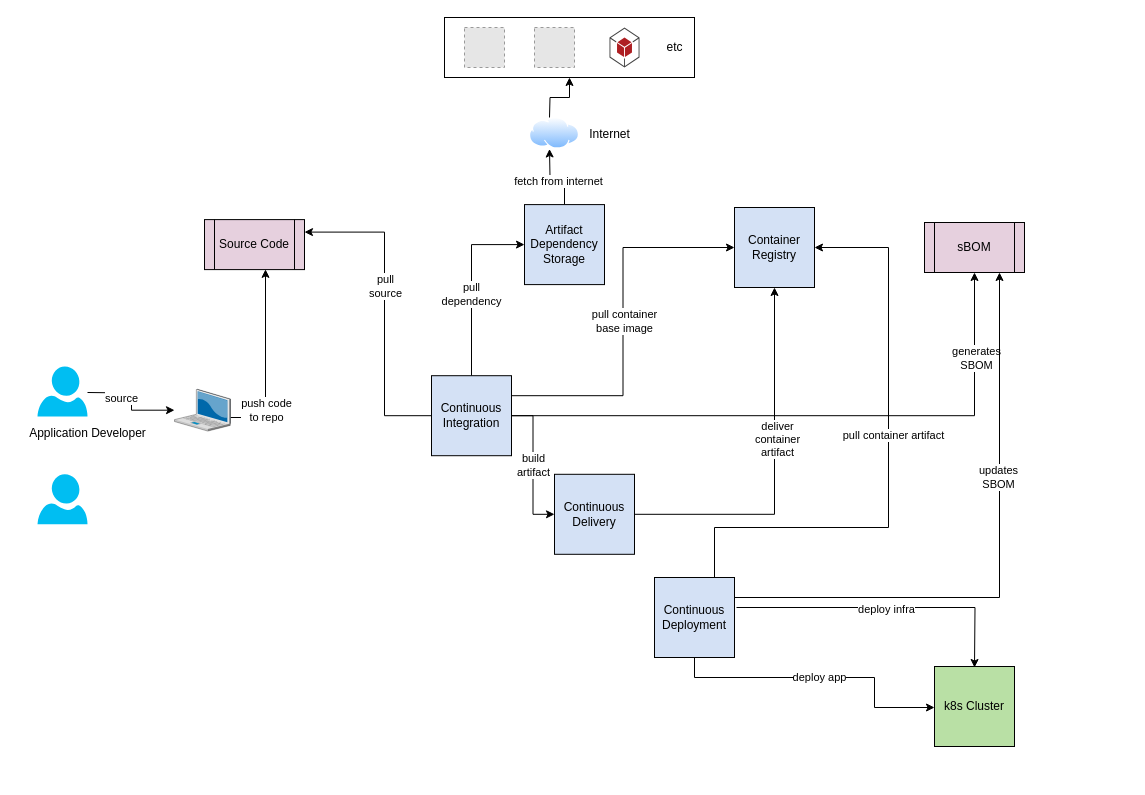
The draw.io diagram page "DFD Software Supply Chain" (1 of 3) of SoftwareSupplyChainSecurity/docs/img/Supply Chain.drawio in SoftwareSupplyChainSecurity/blueprints, before the edit. Source tidied: cells renumbered, new cells numbered last; positions are measured from the earlier drawing's top-left corner, leaving out a move shared by most shapes. Both pictures are drawn from the tidied source at 100%, with x=0, y=0 at pixel (17, 17). Pictures stored in the file or linked from it are replaced by grey dashed boxes.
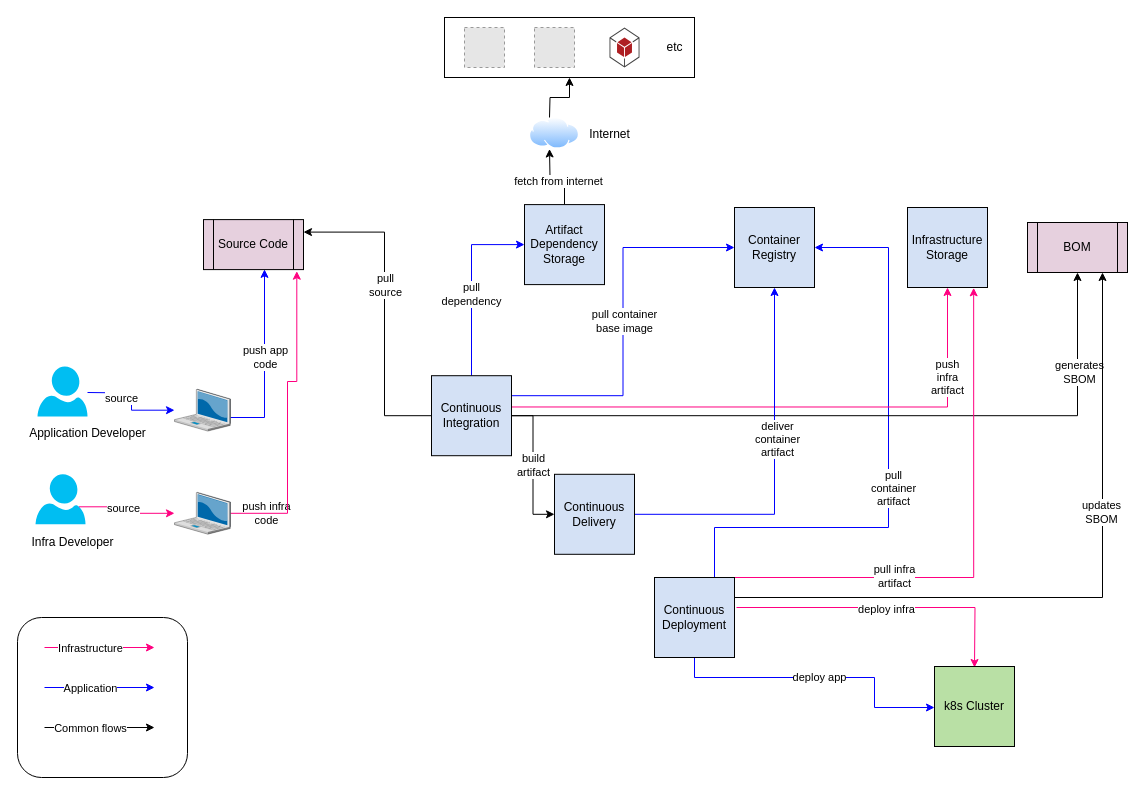
Above is the later version.

The change refers to these unchanged cells:
```xml
<mxCell id="18" style="verticalLabelPosition=bottom;sketch=0;html=1;verticalAlign=top;strokeColor=none;align=center;outlineConnect=0;shape=mxgraph.citrix.laptop_2;fillColor=none;" parent="1" vertex="1">
  <mxGeometry x="157" y="371.8" width="56" height="41.8" as="geometry" />
</mxCell>
<mxCell id="32" value="Continuous&lt;br&gt;Integration" style="whiteSpace=wrap;html=1;fillColor=#D4E1F5;" parent="1" vertex="1">
  <mxGeometry x="414" y="358.2" width="80" height="80" as="geometry" />
</mxCell>
<mxCell id="35" value="Continuous&lt;br&gt;Delivery" style="whiteSpace=wrap;html=1;fillColor=#D4E1F5;" parent="1" vertex="1">
  <mxGeometry x="537" y="456.8" width="80" height="80" as="geometry" />
</mxCell>
<mxCell id="36" value="Container Registry" style="whiteSpace=wrap;html=1;fillColor=#D4E1F5;" parent="1" vertex="1">
  <mxGeometry x="717" y="190" width="80" height="80" as="geometry" />
</mxCell>
<mxCell id="39" value="Continuous&lt;br&gt;Deployment" style="whiteSpace=wrap;html=1;fillColor=#D4E1F5;" parent="1" vertex="1">
  <mxGeometry x="637" y="560" width="80" height="80" as="geometry" />
</mxCell>
<mxCell id="40" value="Artifact&lt;br&gt;Dependency&lt;br&gt;Storage" style="whiteSpace=wrap;html=1;fillColor=#D4E1F5;" parent="1" vertex="1">
  <mxGeometry x="507" y="187.1" width="80" height="80" as="geometry" />
</mxCell>
<mxCell id="49" style="verticalLabelPosition=bottom;html=1;verticalAlign=top;align=center;strokeColor=none;fillColor=#00BEF2;shape=mxgraph.azure.user;" parent="48" vertex="1">
  <mxGeometry width="50" height="50" as="geometry" />
</mxCell>
```

The edit, as a diff of the source:
```diff
@@
+    <mxCell id="50" style="rounded=1;whiteSpace=wrap;html=1;fillColor=none;" parent="1" vertex="1">
+      <mxGeometry y="600" width="170" height="160" as="geometry" />
+    </mxCell>
@@
-    <mxCell id="5" style="edgeStyle=orthogonalEdgeStyle;rounded=0;jettySize=auto;html=1;exitX=1;exitY=0.25;exitDx=0;exitDy=0;entryX=0;entryY=0.5;entryDx=0;entryDy=0;startArrow=none;startFill=0;endArrow=classic;endFill=1;" parent="1" edge="1" source="32" target="36">
+    <mxCell id="5" style="edgeStyle=orthogonalEdgeStyle;rounded=0;jettySize=auto;html=1;exitX=1;exitY=0.25;exitDx=0;exitDy=0;entryX=0;entryY=0.5;entryDx=0;entryDy=0;startArrow=none;startFill=0;endArrow=classic;endFill=1;strokeColor=#0000FF;" parent="1" edge="1" source="32" target="36">
       <mxGeometry relative="1" as="geometry" />
     </mxCell>
@@
-    <mxCell id="7" style="edgeStyle=orthogonalEdgeStyle;rounded=0;jettySize=auto;html=1;exitX=1;exitY=0.25;exitDx=0;exitDy=0;entryX=0;entryY=0.5;entryDx=0;entryDy=0;startArrow=classic;startFill=1;endArrow=none;endFill=0;" parent="1" edge="1" source="42" target="32">
+    <mxCell id="7" style="edgeStyle=orthogonalEdgeStyle;rounded=0;jettySize=auto;html=1;exitX=1;exitY=0.25;exitDx=0;exitDy=0;entryX=0;entryY=0.5;entryDx=0;entryDy=0;startArrow=classic;startFill=1;endArrow=none;endFill=0;strokeColor=#000000;" parent="1" edge="1" source="42" target="32">
       <mxGeometry relative="1" as="geometry">
         <Array as="points">
           <mxPoint x="367" y="215" />
           <mxPoint x="367" y="398" />
         </Array>
       </mxGeometry>
     </mxCell>
@@
-    <mxCell id="9" style="edgeStyle=orthogonalEdgeStyle;rounded=0;jettySize=auto;html=1;exitX=0.75;exitY=0;exitDx=0;exitDy=0;startArrow=none;startFill=0;endArrow=classic;endFill=1;entryX=1;entryY=0.5;entryDx=0;entryDy=0;" parent="1" edge="1" source="39" target="36">
+    <mxCell id="9" style="edgeStyle=orthogonalEdgeStyle;rounded=0;jettySize=auto;html=1;exitX=0.75;exitY=0;exitDx=0;exitDy=0;startArrow=none;startFill=0;endArrow=classic;endFill=1;entryX=1;entryY=0.5;entryDx=0;entryDy=0;strokeColor=#0000FF;" parent="1" edge="1" source="39" target="36">
       <mxGeometry relative="1" as="geometry">
         <Array as="points">
           <mxPoint x="697" y="510" />
           <mxPoint x="871" y="510" />
           <mxPoint x="871" y="230" />
         </Array>
       </mxGeometry>
     </mxCell>
-    <mxCell id="10" value="pull container artifact" style="edgeLabel;html=1;align=center;verticalAlign=middle;" parent="9" vertex="1">
+    <mxCell id="10" value="pull &lt;br&gt;container&lt;br&gt; artifact" style="edgeLabel;html=1;align=center;verticalAlign=middle;" parent="9" vertex="1">
       <mxGeometry x="0.1" y="-4" relative="1" as="geometry">
-        <mxPoint y="1" as="offset" />
+        <mxPoint y="54" as="offset" />
       </mxGeometry>
     </mxCell>
-    <mxCell id="11" style="edgeStyle=orthogonalEdgeStyle;rounded=0;jettySize=auto;html=1;startArrow=none;startFill=0;endArrow=classic;endFill=1;exitX=1.025;exitY=0.375;exitDx=0;exitDy=0;exitPerimeter=0;entryX=0.5;entryY=0;entryDx=0;entryDy=0;" parent="1" edge="1" source="39">
+    <mxCell id="11" style="edgeStyle=orthogonalEdgeStyle;rounded=0;jettySize=auto;html=1;startArrow=none;startFill=0;endArrow=classic;endFill=1;exitX=1.025;exitY=0.375;exitDx=0;exitDy=0;exitPerimeter=0;entryX=0.5;entryY=0;entryDx=0;entryDy=0;strokeColor=#FF0080;" parent="1" edge="1" source="39">
       <mxGeometry relative="1" as="geometry">
         <mxPoint x="957" y="650" as="targetPoint" />
       </mxGeometry>
     </mxCell>
@@
-    <mxCell id="13" value="deploy app" style="edgeStyle=orthogonalEdgeStyle;rounded=0;jettySize=auto;html=1;exitX=0.5;exitY=1;exitDx=0;exitDy=0;startArrow=none;startFill=0;endArrow=classic;endFill=1;entryX=0;entryY=0.5;entryDx=0;entryDy=0;entryPerimeter=0;" parent="1" edge="1" source="39">
+    <mxCell id="13" value="deploy app" style="edgeStyle=orthogonalEdgeStyle;rounded=0;jettySize=auto;html=1;exitX=0.5;exitY=1;exitDx=0;exitDy=0;startArrow=none;startFill=0;endArrow=classic;endFill=1;entryX=0;entryY=0.5;entryDx=0;entryDy=0;entryPerimeter=0;strokeColor=#0000FF;" parent="1" edge="1" source="39">
       <mxGeometry relative="1" as="geometry">
         <mxPoint x="917" y="690" as="targetPoint" />
         <Array as="points">
           <mxPoint x="677" y="660" />
           <mxPoint x="857" y="660" />
         </Array>
       </mxGeometry>
     </mxCell>
-    <mxCell id="14" style="edgeStyle=orthogonalEdgeStyle;rounded=0;jettySize=auto;html=1;entryX=0.61;entryY=0.995;entryDx=0;entryDy=0;startArrow=none;startFill=0;endArrow=classic;endFill=1;entryPerimeter=0;" parent="1" edge="1" source="18" target="42">
+    <mxCell id="14" style="edgeStyle=orthogonalEdgeStyle;rounded=0;jettySize=auto;html=1;entryX=0.61;entryY=0.995;entryDx=0;entryDy=0;startArrow=none;startFill=0;endArrow=classic;endFill=1;entryPerimeter=0;strokeColor=#0000FF;" parent="1" edge="1" source="18" target="42">
       <mxGeometry relative="1" as="geometry">
         <Array as="points">
           <mxPoint x="185" y="400" />
           <mxPoint x="234" y="400" />
         </Array>
       </mxGeometry>
     </mxCell>
-    <mxCell id="15" value="push code&lt;br&gt; to repo" style="edgeLabel;html=1;align=center;verticalAlign=middle;" parent="14" vertex="1">
-      <mxGeometry x="-0.53" relative="1" as="geometry" />
+    <mxCell id="15" value="push app&lt;br&gt;code" style="edgeLabel;html=1;align=center;verticalAlign=middle;" parent="14" vertex="1">
+      <mxGeometry x="-0.53" relative="1" as="geometry">
+        <mxPoint y="-52" as="offset" />
+      </mxGeometry>
     </mxCell>
@@
-    <mxCell id="19" style="edgeStyle=orthogonalEdgeStyle;rounded=0;jettySize=auto;html=1;" parent="1" edge="1" target="18">
+    <mxCell id="19" style="edgeStyle=orthogonalEdgeStyle;rounded=0;jettySize=auto;html=1;strokeColor=#0000FF;" parent="1" edge="1" target="18">
       <mxGeometry relative="1" as="geometry">
         <mxPoint x="70" y="375" as="sourcePoint" />
       </mxGeometry>
     </mxCell>
@@
-    <mxCell id="27" value="build&lt;br&gt;artifact" style="edgeStyle=orthogonalEdgeStyle;rounded=0;jettySize=auto;html=1;exitX=1;exitY=0.5;exitDx=0;exitDy=0;entryX=0;entryY=0.5;entryDx=0;entryDy=0;startArrow=none;startFill=0;endArrow=classic;endFill=1;" parent="1" edge="1" source="32" target="35">
+    <mxCell id="27" value="build&lt;br&gt;artifact" style="edgeStyle=orthogonalEdgeStyle;rounded=0;jettySize=auto;html=1;exitX=1;exitY=0.5;exitDx=0;exitDy=0;entryX=0;entryY=0.5;entryDx=0;entryDy=0;startArrow=none;startFill=0;endArrow=classic;endFill=1;strokeColor=#000000;" parent="1" edge="1" source="32" target="35">
       <mxGeometry relative="1" as="geometry" />
     </mxCell>
-    <mxCell id="28" style="edgeStyle=orthogonalEdgeStyle;rounded=0;jettySize=auto;html=1;exitX=0.5;exitY=0;exitDx=0;exitDy=0;entryX=0;entryY=0.5;entryDx=0;entryDy=0;startArrow=none;startFill=0;endArrow=classic;endFill=1;" parent="1" edge="1" source="32" target="40">
+    <mxCell id="28" style="edgeStyle=orthogonalEdgeStyle;rounded=0;jettySize=auto;html=1;exitX=0.5;exitY=0;exitDx=0;exitDy=0;entryX=0;entryY=0.5;entryDx=0;entryDy=0;startArrow=none;startFill=0;endArrow=classic;endFill=1;strokeColor=#0000FF;" parent="1" edge="1" source="32" target="40">
       <mxGeometry relative="1" as="geometry" />
     </mxCell>
@@
-    <mxCell id="30" style="edgeStyle=orthogonalEdgeStyle;rounded=0;jettySize=auto;html=1;exitX=1;exitY=0.5;exitDx=0;exitDy=0;entryX=0.5;entryY=1;entryDx=0;entryDy=0;startArrow=none;startFill=0;endArrow=classic;endFill=1;" parent="1" edge="1" source="32" target="44">
+    <mxCell id="30" style="edgeStyle=orthogonalEdgeStyle;rounded=0;jettySize=auto;html=1;exitX=1;exitY=0.5;exitDx=0;exitDy=0;entryX=0.5;entryY=1;entryDx=0;entryDy=0;startArrow=none;startFill=0;endArrow=classic;endFill=1;strokeColor=#000000;" parent="1" edge="1" source="32" target="44">
       <mxGeometry relative="1" as="geometry" />
     </mxCell>
@@
+    <mxCell id="51" style="edgeStyle=orthogonalEdgeStyle;rounded=0;jettySize=auto;html=1;exitX=0.95;exitY=0.391;exitDx=0;exitDy=0;entryX=0.5;entryY=1;entryDx=0;entryDy=0;startArrow=none;startFill=0;endArrow=classic;endFill=1;strokeColor=#FF0080;exitPerimeter=0;" parent="1" edge="1" source="32" target="62">
+      <mxGeometry relative="1" as="geometry" />
+    </mxCell>
+    <mxCell id="52" value="push&lt;br&gt;infra&lt;br&gt;artifact" style="edgeLabel;html=1;align=center;verticalAlign=middle;" parent="51" vertex="1">
+      <mxGeometry x="0.68" y="1" relative="1" as="geometry" />
+    </mxCell>
@@
-    <mxCell id="33" style="edgeStyle=orthogonalEdgeStyle;rounded=0;jettySize=auto;html=1;exitX=1;exitY=0.5;exitDx=0;exitDy=0;startArrow=none;startFill=0;endArrow=classic;endFill=1;" parent="1" edge="1" source="35" target="36">
+    <mxCell id="33" style="edgeStyle=orthogonalEdgeStyle;rounded=0;jettySize=auto;html=1;exitX=1;exitY=0.5;exitDx=0;exitDy=0;startArrow=none;startFill=0;endArrow=classic;endFill=1;strokeColor=#0000FF;" parent="1" edge="1" source="35" target="36">
       <mxGeometry relative="1" as="geometry" />
     </mxCell>
@@
-    <mxCell id="37" style="edgeStyle=orthogonalEdgeStyle;rounded=0;jettySize=auto;html=1;exitX=1;exitY=0.25;exitDx=0;exitDy=0;entryX=0.75;entryY=1;entryDx=0;entryDy=0;startArrow=none;startFill=0;endArrow=classic;endFill=1;" parent="1" edge="1" source="39" target="44">
+    <mxCell id="37" style="edgeStyle=orthogonalEdgeStyle;rounded=0;jettySize=auto;html=1;exitX=1;exitY=0.25;exitDx=0;exitDy=0;entryX=0.75;entryY=1;entryDx=0;entryDy=0;startArrow=none;startFill=0;endArrow=classic;endFill=1;strokeColor=#000000;" parent="1" edge="1" source="39" target="44">
       <mxGeometry relative="1" as="geometry" />
     </mxCell>
@@
+    <mxCell id="53" style="edgeStyle=orthogonalEdgeStyle;rounded=0;jettySize=auto;html=1;exitX=1;exitY=0;exitDx=0;exitDy=0;entryX=0.827;entryY=1.004;entryDx=0;entryDy=0;entryPerimeter=0;startArrow=none;startFill=0;endArrow=classic;endFill=1;strokeColor=#FF0080;" parent="1" edge="1" source="39" target="62">
+      <mxGeometry relative="1" as="geometry">
+        <Array as="points">
+          <mxPoint x="956" y="560" />
+        </Array>
+      </mxGeometry>
+    </mxCell>
+    <mxCell id="54" value="pull infra&lt;br&gt;artifact" style="edgeLabel;html=1;align=center;verticalAlign=middle;" parent="53" vertex="1">
+      <mxGeometry x="-0.4" y="2" relative="1" as="geometry" />
+    </mxCell>
@@
     <mxCell id="42" value="Source Code" style="shape=process;whiteSpace=wrap;html=1;backgroundOutline=1;fillColor=#E6D0DE;" parent="1" vertex="1">
-      <mxGeometry x="187" y="202.1" width="100" height="50" as="geometry" />
+      <mxGeometry x="186" y="202.1" width="100" height="50" as="geometry" />
     </mxCell>
@@
-    <mxCell id="44" value="sBOM" style="shape=process;whiteSpace=wrap;html=1;backgroundOutline=1;fillColor=#E6D0DE;" parent="1" vertex="1">
-      <mxGeometry x="907" y="205" width="100" height="50" as="geometry" />
+    <mxCell id="44" value="BOM" style="shape=process;whiteSpace=wrap;html=1;backgroundOutline=1;fillColor=#E6D0DE;" parent="1" vertex="1">
+      <mxGeometry x="1010" y="205" width="100" height="50" as="geometry" />
     </mxCell>
@@
+    <mxCell id="55" style="group;" parent="1" vertex="1">
+      <mxGeometry y="456.8" width="164" height="83.2" as="geometry" />
+    </mxCell>
-    <mxCell id="48" style="group;" parent="1" vertex="1">
-      <mxGeometry x="20" y="456.8" width="146" height="51.8" as="geometry" />
+    <mxCell id="48" style="group;" parent="55" vertex="1">
+      <mxGeometry x="18" width="146" height="51.8" as="geometry" />
     </mxCell>
@@
+    <mxCell id="56" value="Infra Developer" style="text;html=1;align=center;verticalAlign=middle;strokeColor=none;fillColor=none;" parent="55" vertex="1">
+      <mxGeometry y="53.2" width="110" height="30" as="geometry" />
+    </mxCell>
+    <mxCell id="57" value="push infra&lt;br&gt;code" style="edgeLabel;html=1;align=center;verticalAlign=middle;" parent="1" vertex="1">
+      <mxGeometry x="248" y="495.8" as="geometry" />
+    </mxCell>
+    <mxCell id="58" style="edgeStyle=orthogonalEdgeStyle;rounded=0;jettySize=auto;html=1;entryX=0.933;entryY=1.032;entryDx=0;entryDy=0;entryPerimeter=0;startArrow=none;startFill=0;endArrow=classic;endFill=1;strokeColor=#FF0080;" parent="1" edge="1" source="59" target="42">
+      <mxGeometry relative="1" as="geometry">
+        <Array as="points">
+          <mxPoint x="270" y="496" />
+          <mxPoint x="270" y="364" />
+          <mxPoint x="280" y="364" />
+        </Array>
+      </mxGeometry>
+    </mxCell>
+    <mxCell id="59" style="verticalLabelPosition=bottom;sketch=0;html=1;verticalAlign=top;strokeColor=none;align=center;outlineConnect=0;shape=mxgraph.citrix.laptop_2;fillColor=none;" parent="1" vertex="1">
+      <mxGeometry x="157" y="474.9" width="56" height="41.8" as="geometry" />
+    </mxCell>
+    <mxCell id="60" style="edgeStyle=orthogonalEdgeStyle;rounded=0;jettySize=auto;html=1;exitX=0.87;exitY=0.65;exitDx=0;exitDy=0;exitPerimeter=0;startArrow=none;startFill=0;endArrow=classic;endFill=1;strokeColor=#FF0080;" parent="1" edge="1" source="49" target="59">
+      <mxGeometry relative="1" as="geometry" />
+    </mxCell>
+    <mxCell id="61" value="source" style="edgeLabel;html=1;align=center;verticalAlign=middle;" parent="60" vertex="1">
+      <mxGeometry x="-0.13" y="-1" relative="1" as="geometry" />
+    </mxCell>
+    <mxCell id="62" value="Infrastructure&lt;br&gt;Storage" style="whiteSpace=wrap;html=1;fillColor=#D4E1F5;" parent="1" vertex="1">
+      <mxGeometry x="890" y="190" width="80" height="80" as="geometry" />
+    </mxCell>
+    <mxCell id="63" style="endArrow=classic;html=1;rounded=0;strokeColor=#FF0080;fillColor=#f8cecc;" parent="1" edge="1">
+      <mxGeometry relative="1" as="geometry">
+        <mxPoint x="27" y="630" as="sourcePoint" />
+        <mxPoint x="137" y="630" as="targetPoint" />
+      </mxGeometry>
+    </mxCell>
+    <mxCell id="64" value="Infrastructure" style="edgeLabel;html=1;align=center;verticalAlign=middle;fillColor=none;" parent="63" vertex="1">
+      <mxGeometry relative="1" as="geometry">
+        <mxPoint x="-10" as="offset" />
+      </mxGeometry>
+    </mxCell>
+    <mxCell id="65" style="endArrow=classic;html=1;rounded=0;strokeColor=#0000FF;fillColor=#f8cecc;" parent="1" edge="1">
+      <mxGeometry relative="1" as="geometry">
+        <mxPoint x="27" y="670" as="sourcePoint" />
+        <mxPoint x="137" y="670" as="targetPoint" />
+      </mxGeometry>
+    </mxCell>
+    <mxCell id="66" value="Application" style="edgeLabel;html=1;align=center;verticalAlign=middle;fillColor=none;" parent="65" vertex="1">
+      <mxGeometry relative="1" as="geometry">
+        <mxPoint x="-10" as="offset" />
+      </mxGeometry>
+    </mxCell>
+    <mxCell id="67" style="endArrow=classic;html=1;rounded=0;strokeColor=#000000;fillColor=#f8cecc;" parent="1" edge="1">
+      <mxGeometry relative="1" as="geometry">
+        <mxPoint x="27" y="710" as="sourcePoint" />
+        <mxPoint x="137" y="710" as="targetPoint" />
+      </mxGeometry>
+    </mxCell>
+    <mxCell id="68" value="Common flows" style="edgeLabel;html=1;align=center;verticalAlign=middle;fillColor=none;" parent="67" vertex="1">
+      <mxGeometry relative="1" as="geometry">
+        <mxPoint x="-10" as="offset" />
+      </mxGeometry>
+    </mxCell>
```
